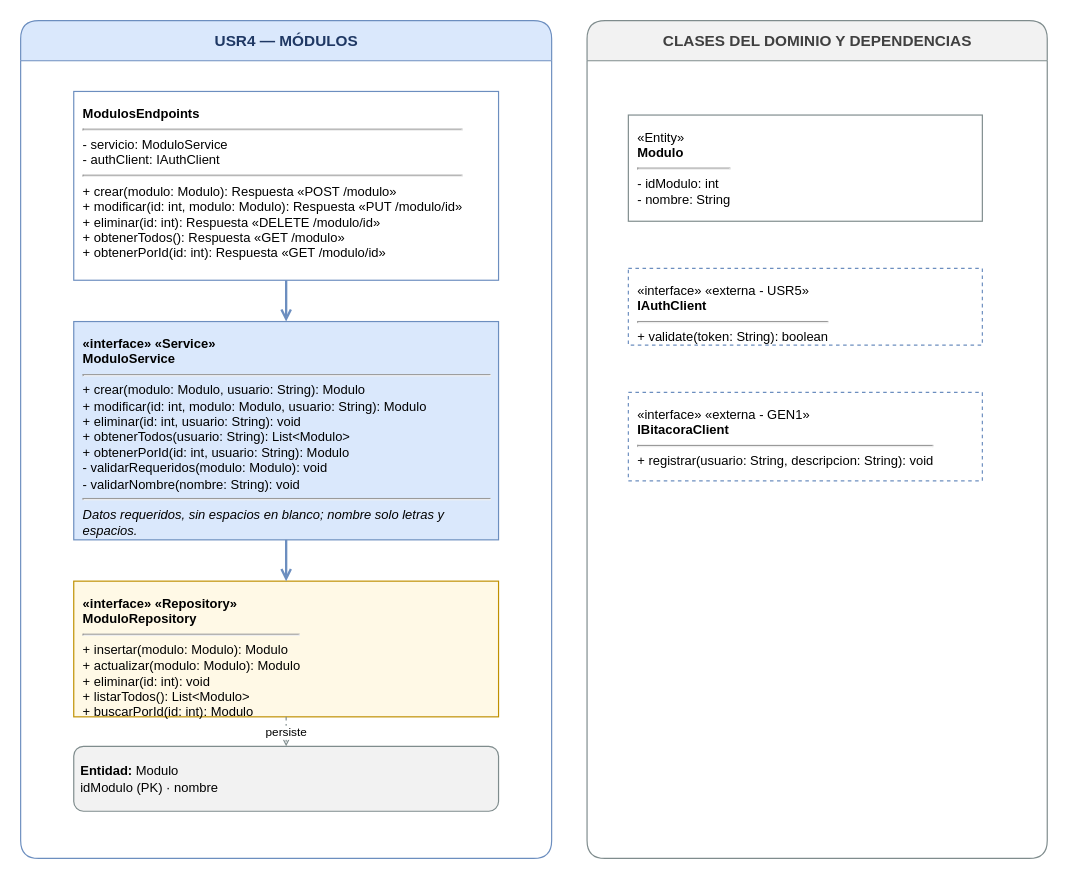
The draw.io diagram Documentacion/Diagramas Generales/Clases/Microservicios/DiagramaClases_AdministracionModulos.drawio in AskingManCode/MetaU, before the edit. Source tidied: cells renumbered, new cells numbered last; positions are measured from the earlier drawing's top-left corner, leaving out a move shared by most shapes. Both pictures are drawn from the tidied source at 118%, with x=0, y=0 at pixel (20, 20).
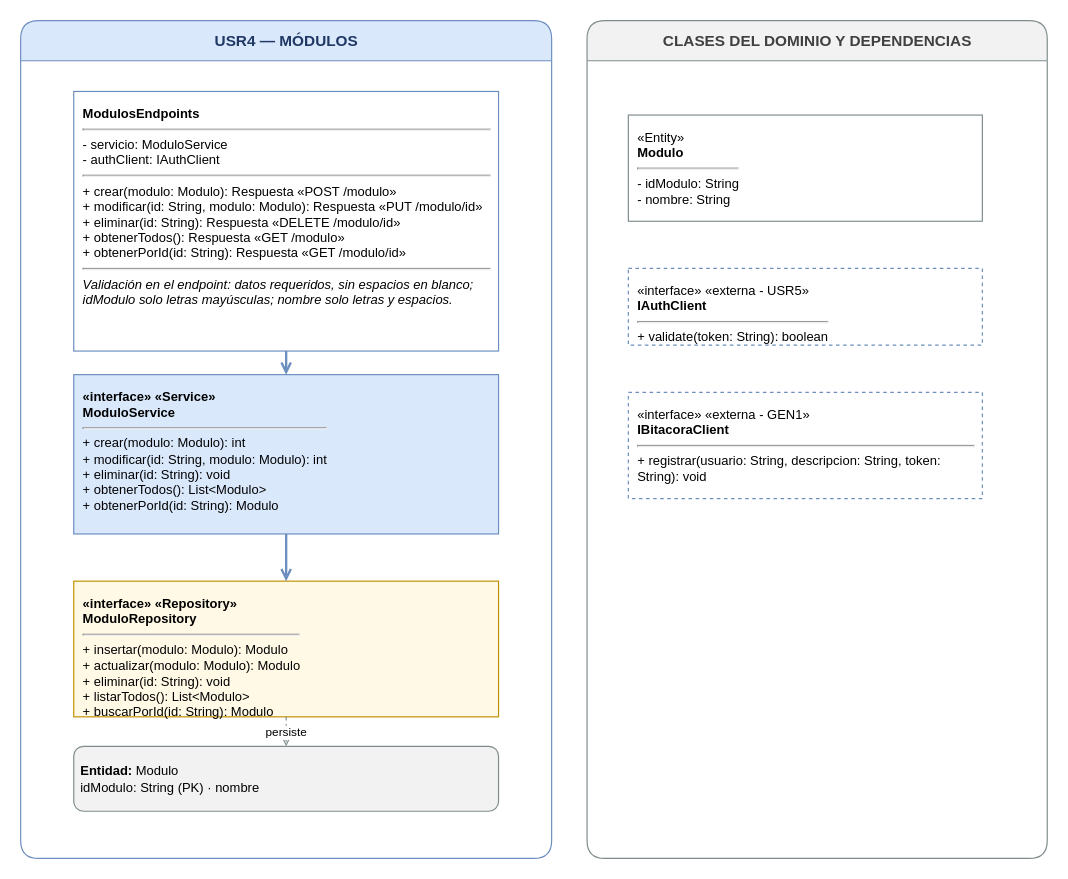
Above is the later version.

Diff of the diagram source:
```diff
@@
 <mxGraphModel>
   <root>
     <mxCell id="0" />
     <mxCell id="1" parent="0" />
     <mxCell id="2" value="USR4 — MÓDULOS" style="swimlane;html=1;startSize=34;horizontal=1;rounded=1;fillColor=#DAE8FC;swimlaneFillColor=#FFFFFF;strokeColor=#6C8EBF;fontColor=#1F3864;fontStyle=1;fontSize=13;" parent="1" vertex="1">
       <mxGeometry width="450" height="710" as="geometry" />
     </mxCell>
     <mxCell id="3" value="CLASES DEL DOMINIO Y DEPENDENCIAS" style="swimlane;html=1;startSize=34;horizontal=1;rounded=1;fillColor=#F2F2F2;swimlaneFillColor=#FFFFFF;strokeColor=#7F8C8D;fontColor=#404040;fontStyle=1;fontSize=13;" parent="1" vertex="1">
       <mxGeometry x="480" width="390" height="710" as="geometry" />
     </mxCell>
-    <mxCell id="4" value="&lt;b&gt;ModulosEndpoints&lt;/b&gt;&lt;hr&gt;- servicio: ModuloService&lt;br&gt;- authClient: IAuthClient&lt;hr&gt;+ crear(modulo: Modulo): Respuesta  &amp;laquo;POST /modulo&amp;raquo;&lt;br&gt;+ modificar(id: int, modulo: Modulo): Respuesta  &amp;laquo;PUT /modulo/id&amp;raquo;&lt;br&gt;+ eliminar(id: int): Respuesta  &amp;laquo;DELETE /modulo/id&amp;raquo;&lt;br&gt;+ obtenerTodos(): Respuesta  &amp;laquo;GET /modulo&amp;raquo;&lt;br&gt;+ obtenerPorId(id: int): Respuesta  &amp;laquo;GET /modulo/id&amp;raquo;" style="rounded=0;whiteSpace=wrap;html=1;align=left;verticalAlign=top;spacing=8;fillColor=#FFFFFF;strokeColor=#6C8EBF;fontSize=11;" parent="1" vertex="1">
-      <mxGeometry x="45" y="60" width="360" height="160" as="geometry" />
+    <mxCell id="4" value="&lt;b&gt;ModulosEndpoints&lt;/b&gt;&lt;hr&gt;- servicio: ModuloService&lt;br&gt;- authClient: IAuthClient&lt;hr&gt;+ crear(modulo: Modulo): Respuesta  &amp;laquo;POST /modulo&amp;raquo;&lt;br&gt;+ modificar(id: String, modulo: Modulo): Respuesta  &amp;laquo;PUT /modulo/id&amp;raquo;&lt;br&gt;+ eliminar(id: String): Respuesta  &amp;laquo;DELETE /modulo/id&amp;raquo;&lt;br&gt;+ obtenerTodos(): Respuesta  &amp;laquo;GET /modulo&amp;raquo;&lt;br&gt;+ obtenerPorId(id: String): Respuesta  &amp;laquo;GET /modulo/id&amp;raquo;&lt;hr&gt;&lt;i&gt;Validación en el endpoint: datos requeridos, sin espacios en blanco; idModulo solo letras mayúsculas; nombre solo letras y espacios.&lt;/i&gt;" style="rounded=0;whiteSpace=wrap;html=1;align=left;verticalAlign=top;spacing=8;fillColor=#FFFFFF;strokeColor=#6C8EBF;fontSize=11;" parent="1" vertex="1">
+      <mxGeometry x="45" y="60" width="360" height="220" as="geometry" />
     </mxCell>
-    <mxCell id="5" value="&lt;b&gt;&amp;laquo;interface&amp;raquo; &amp;laquo;Service&amp;raquo;&lt;br&gt;ModuloService&lt;/b&gt;&lt;hr&gt;+ crear(modulo: Modulo, usuario: String): Modulo&lt;br&gt;+ modificar(id: int, modulo: Modulo, usuario: String): Modulo&lt;br&gt;+ eliminar(id: int, usuario: String): void&lt;br&gt;+ obtenerTodos(usuario: String): List&amp;lt;Modulo&amp;gt;&lt;br&gt;+ obtenerPorId(id: int, usuario: String): Modulo&lt;br&gt;- validarRequeridos(modulo: Modulo): void&lt;br&gt;- validarNombre(nombre: String): void&lt;hr&gt;&lt;i&gt;Datos requeridos, sin espacios en blanco; nombre solo letras y espacios.&lt;/i&gt;" style="rounded=0;whiteSpace=wrap;html=1;align=left;verticalAlign=top;spacing=8;fillColor=#DAE8FC;strokeColor=#6C8EBF;fontSize=11;" parent="1" vertex="1">
-      <mxGeometry x="45" y="255" width="360" height="185" as="geometry" />
+    <mxCell id="5" value="&lt;b&gt;&amp;laquo;interface&amp;raquo; &amp;laquo;Service&amp;raquo;&lt;br&gt;ModuloService&lt;/b&gt;&lt;hr&gt;+ crear(modulo: Modulo): int&lt;br&gt;+ modificar(id: String, modulo: Modulo): int&lt;br&gt;+ eliminar(id: String): void&lt;br&gt;+ obtenerTodos(): List&amp;lt;Modulo&amp;gt;&lt;br&gt;+ obtenerPorId(id: String): Modulo" style="rounded=0;whiteSpace=wrap;html=1;align=left;verticalAlign=top;spacing=8;fillColor=#DAE8FC;strokeColor=#6C8EBF;fontSize=11;" parent="1" vertex="1">
+      <mxGeometry x="45" y="300" width="360" height="135" as="geometry" />
     </mxCell>
-    <mxCell id="6" value="&lt;b&gt;&amp;laquo;interface&amp;raquo; &amp;laquo;Repository&amp;raquo;&lt;br&gt;ModuloRepository&lt;/b&gt;&lt;hr&gt;+ insertar(modulo: Modulo): Modulo&lt;br&gt;+ actualizar(modulo: Modulo): Modulo&lt;br&gt;+ eliminar(id: int): void&lt;br&gt;+ listarTodos(): List&amp;lt;Modulo&amp;gt;&lt;br&gt;+ buscarPorId(id: int): Modulo" style="rounded=0;whiteSpace=wrap;html=1;align=left;verticalAlign=top;spacing=8;fillColor=#FFF9E6;strokeColor=#BF9000;fontSize=11;" parent="1" vertex="1">
+    <mxCell id="6" value="&lt;b&gt;&amp;laquo;interface&amp;raquo; &amp;laquo;Repository&amp;raquo;&lt;br&gt;ModuloRepository&lt;/b&gt;&lt;hr&gt;+ insertar(modulo: Modulo): Modulo&lt;br&gt;+ actualizar(modulo: Modulo): Modulo&lt;br&gt;+ eliminar(id: String): void&lt;br&gt;+ listarTodos(): List&amp;lt;Modulo&amp;gt;&lt;br&gt;+ buscarPorId(id: String): Modulo" style="rounded=0;whiteSpace=wrap;html=1;align=left;verticalAlign=top;spacing=8;fillColor=#FFF9E6;strokeColor=#BF9000;fontSize=11;" parent="1" vertex="1">
       <mxGeometry x="45" y="475" width="360" height="115" as="geometry" />
     </mxCell>
-    <mxCell id="7" value="&lt;b&gt;Entidad:&lt;/b&gt; Modulo&lt;br&gt;idModulo (PK) · nombre" style="rounded=1;whiteSpace=wrap;html=1;fillColor=#F2F2F2;strokeColor=#7F8C8D;fontSize=11;align=left;spacing=6;" parent="1" vertex="1">
+    <mxCell id="7" value="&lt;b&gt;Entidad:&lt;/b&gt; Modulo&lt;br&gt;idModulo: String (PK) · nombre" style="rounded=1;whiteSpace=wrap;html=1;fillColor=#F2F2F2;strokeColor=#7F8C8D;fontSize=11;align=left;spacing=6;" parent="1" vertex="1">
       <mxGeometry x="45" y="615" width="360" height="55" as="geometry" />
     </mxCell>
     <mxCell id="8" style="edgeStyle=orthogonalEdgeStyle;rounded=0;html=1;endArrow=open;endFill=0;strokeWidth=2;strokeColor=#6C8EBF;" parent="1" vertex="1" edge="1" source="4" target="5">
       <mxGeometry relative="1" as="geometry" />
     </mxCell>
     <mxCell id="9" style="edgeStyle=orthogonalEdgeStyle;rounded=0;html=1;endArrow=open;endFill=0;strokeWidth=2;strokeColor=#6C8EBF;" parent="1" vertex="1" edge="1" source="5" target="6">
       <mxGeometry relative="1" as="geometry" />
     </mxCell>
     <mxCell id="10" value="persiste" style="edgeStyle=orthogonalEdgeStyle;rounded=0;html=1;endArrow=open;endFill=0;dashed=1;strokeColor=#7F8C8D;fontSize=10;" parent="1" vertex="1" edge="1" source="6" target="7">
       <mxGeometry relative="1" as="geometry" />
     </mxCell>
-    <mxCell id="11" value="&amp;laquo;Entity&amp;raquo;&lt;br&gt;&lt;b&gt;Modulo&lt;/b&gt;&lt;hr&gt;- idModulo: int&lt;br&gt;- nombre: String" style="rounded=0;whiteSpace=wrap;html=1;align=left;verticalAlign=top;spacing=8;fillColor=#FFFFFF;strokeColor=#7F8C8D;fontSize=11;" parent="1" vertex="1">
+    <mxCell id="11" value="&amp;laquo;Entity&amp;raquo;&lt;br&gt;&lt;b&gt;Modulo&lt;/b&gt;&lt;hr&gt;- idModulo: String&lt;br&gt;- nombre: String" style="rounded=0;whiteSpace=wrap;html=1;align=left;verticalAlign=top;spacing=8;fillColor=#FFFFFF;strokeColor=#7F8C8D;fontSize=11;" parent="1" vertex="1">
       <mxGeometry x="515" y="80" width="300" height="90" as="geometry" />
     </mxCell>
     <mxCell id="12" value="&amp;laquo;interface&amp;raquo; &amp;laquo;externa - USR5&amp;raquo;&lt;br&gt;&lt;b&gt;IAuthClient&lt;/b&gt;&lt;hr&gt;+ validate(token: String): boolean" style="rounded=0;whiteSpace=wrap;html=1;align=left;verticalAlign=top;spacing=8;dashed=1;fillColor=#FFFFFF;strokeColor=#6C8EBF;fontSize=11;" parent="1" vertex="1">
       <mxGeometry x="515" y="210" width="300" height="65" as="geometry" />
     </mxCell>
-    <mxCell id="13" value="&amp;laquo;interface&amp;raquo; &amp;laquo;externa - GEN1&amp;raquo;&lt;br&gt;&lt;b&gt;IBitacoraClient&lt;/b&gt;&lt;hr&gt;+ registrar(usuario: String, descripcion: String): void" style="rounded=0;whiteSpace=wrap;html=1;align=left;verticalAlign=top;spacing=8;dashed=1;fillColor=#FFFFFF;strokeColor=#6C8EBF;fontSize=11;" parent="1" vertex="1">
-      <mxGeometry x="515" y="315" width="300" height="75" as="geometry" />
+    <mxCell id="13" value="&amp;laquo;interface&amp;raquo; &amp;laquo;externa - GEN1&amp;raquo;&lt;br&gt;&lt;b&gt;IBitacoraClient&lt;/b&gt;&lt;hr&gt;+ registrar(usuario: String, descripcion: String, token: String): void" style="rounded=0;whiteSpace=wrap;html=1;align=left;verticalAlign=top;spacing=8;dashed=1;fillColor=#FFFFFF;strokeColor=#6C8EBF;fontSize=11;" parent="1" vertex="1">
+      <mxGeometry x="515" y="315" width="300" height="90" as="geometry" />
     </mxCell>
   </root>
 </mxGraphModel>
```
